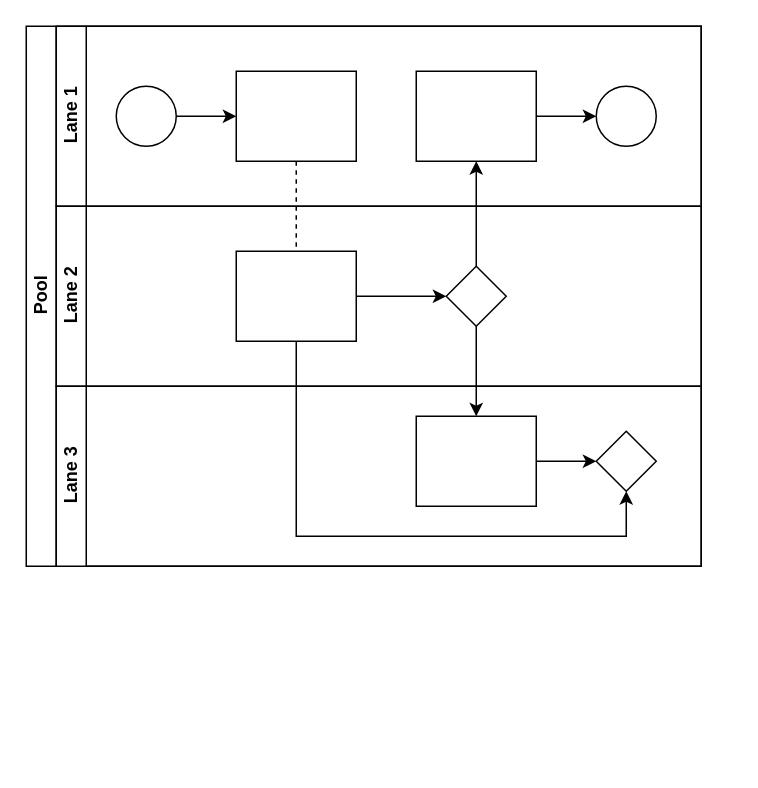
The draw.io diagram 用户注册.drawio in PomeloLemon/SoftwareDiagrams, before the edit. Source tidied: cells renumbered, new cells numbered last; positions are measured from the earlier drawing's top-left corner, leaving out a move shared by most shapes. Both pictures are drawn from the tidied source at 150%, with x=0, y=0 at pixel (26, 26).
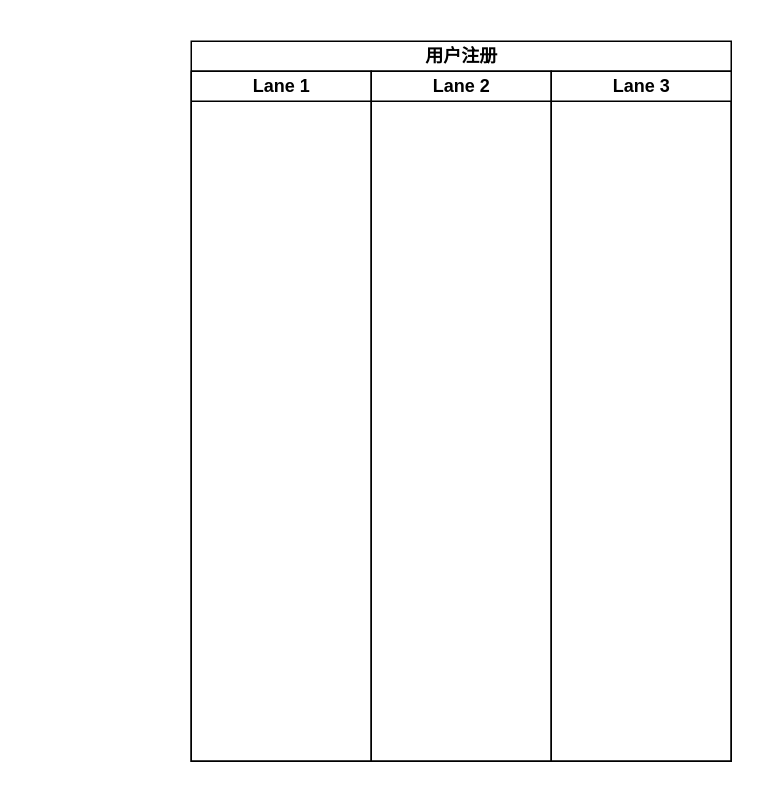
The same diagram, later.

Commit message (it also covers changes not shown here):
更新用户注册.drawio

What changed in the source:
```diff
@@
-    <mxCell id="2" value="Pool" style="swimlane;html=1;horizontal=0;startSize=20;" parent="1" vertex="1">
-      <mxGeometry width="450" height="360" as="geometry" />
-    </mxCell>
-    <mxCell id="3" style="edgeStyle=orthogonalEdgeStyle;rounded=0;jettySize=auto;html=1;dashed=1;endArrow=none;endFill=0;" parent="2" edge="1" source="10" target="16">
-      <mxGeometry relative="1" as="geometry" />
-    </mxCell>
-    <mxCell id="4" style="edgeStyle=orthogonalEdgeStyle;rounded=0;jettySize=auto;html=1;endArrow=classic;endFill=1;" parent="2" edge="1" source="17" target="12">
-      <mxGeometry relative="1" as="geometry" />
-    </mxCell>
-    <mxCell id="5" style="edgeStyle=orthogonalEdgeStyle;rounded=0;jettySize=auto;html=1;endArrow=classic;endFill=1;" parent="2" edge="1" source="17" target="20">
-      <mxGeometry relative="1" as="geometry" />
-    </mxCell>
-    <mxCell id="6" style="edgeStyle=orthogonalEdgeStyle;rounded=0;jettySize=auto;html=1;endArrow=classic;endFill=1;" parent="2" edge="1" source="16" target="21">
-      <mxGeometry relative="1" as="geometry">
-        <Array as="points">
-          <mxPoint x="180" y="340" />
-          <mxPoint x="400" y="340" />
-        </Array>
-      </mxGeometry>
-    </mxCell>
+    <mxCell id="22" value="用户注册" style="swimlane;startSize=20;html=1;" parent="1" vertex="1">
+      <mxGeometry x="110" y="10" width="360" height="480" as="geometry" />
+    </mxCell>
-    <mxCell id="7" value="Lane 1" style="swimlane;html=1;startSize=20;horizontal=0;" parent="2" vertex="1">
-      <mxGeometry x="20" width="430" height="120" as="geometry" />
+    <mxCell id="7" value="Lane 1" style="swimlane;startSize=20;html=1;" parent="22" vertex="1">
+      <mxGeometry y="20" width="120" height="460" as="geometry" />
     </mxCell>
-    <mxCell id="8" style="edgeStyle=orthogonalEdgeStyle;rounded=0;jettySize=auto;html=1;" parent="7" edge="1" source="9" target="10">
-      <mxGeometry relative="1" as="geometry" />
-    </mxCell>
-    <mxCell id="9" style="ellipse;whiteSpace=wrap;html=1;" parent="7" vertex="1">
-      <mxGeometry x="40" y="40" width="40" height="40" as="geometry" />
-    </mxCell>
-    <mxCell id="10" style="rounded=0;whiteSpace=wrap;html=1;fontFamily=Helvetica;fontSize=12;fontColor=#000000;align=center;" parent="7" vertex="1">
-      <mxGeometry x="120" y="30" width="80" height="60" as="geometry" />
-    </mxCell>
-    <mxCell id="11" style="edgeStyle=orthogonalEdgeStyle;rounded=0;jettySize=auto;html=1;endArrow=classic;endFill=1;" parent="7" edge="1" source="12" target="13">
-      <mxGeometry relative="1" as="geometry" />
-    </mxCell>
-    <mxCell id="12" style="rounded=0;whiteSpace=wrap;html=1;fontFamily=Helvetica;fontSize=12;fontColor=#000000;align=center;" parent="7" vertex="1">
-      <mxGeometry x="240" y="30" width="80" height="60" as="geometry" />
-    </mxCell>
-    <mxCell id="13" style="ellipse;whiteSpace=wrap;html=1;" parent="7" vertex="1">
-      <mxGeometry x="360" y="40" width="40" height="40" as="geometry" />
-    </mxCell>
-    <mxCell id="14" value="Lane 2" style="swimlane;html=1;startSize=20;horizontal=0;" parent="2" vertex="1">
-      <mxGeometry x="20" y="120" width="430" height="120" as="geometry" />
+    <mxCell id="14" value="Lane 2" style="swimlane;startSize=20;html=1;" parent="22" vertex="1">
+      <mxGeometry x="120" y="20" width="120" height="460" as="geometry" />
     </mxCell>
-    <mxCell id="15" style="edgeStyle=orthogonalEdgeStyle;rounded=0;jettySize=auto;html=1;endArrow=classic;endFill=1;" parent="14" edge="1" source="16" target="17">
-      <mxGeometry relative="1" as="geometry" />
-    </mxCell>
-    <mxCell id="16" style="rounded=0;whiteSpace=wrap;html=1;fontFamily=Helvetica;fontSize=12;fontColor=#000000;align=center;" parent="14" vertex="1">
-      <mxGeometry x="120" y="30" width="80" height="60" as="geometry" />
-    </mxCell>
-    <mxCell id="17" style="rhombus;whiteSpace=wrap;html=1;fontFamily=Helvetica;fontSize=12;fontColor=#000000;align=center;" parent="14" vertex="1">
-      <mxGeometry x="260" y="40" width="40" height="40" as="geometry" />
-    </mxCell>
-    <mxCell id="18" value="Lane 3" style="swimlane;html=1;startSize=20;horizontal=0;" parent="2" vertex="1">
-      <mxGeometry x="20" y="240" width="430" height="120" as="geometry" />
+    <mxCell id="18" value="Lane 3" style="swimlane;startSize=20;html=1;" parent="22" vertex="1">
+      <mxGeometry x="240" y="20" width="120" height="460" as="geometry" />
     </mxCell>
-    <mxCell id="19" style="edgeStyle=orthogonalEdgeStyle;rounded=0;jettySize=auto;html=1;endArrow=classic;endFill=1;" parent="18" edge="1" source="20" target="21">
-      <mxGeometry relative="1" as="geometry" />
-    </mxCell>
-    <mxCell id="20" style="rounded=0;whiteSpace=wrap;html=1;fontFamily=Helvetica;fontSize=12;fontColor=#000000;align=center;" parent="18" vertex="1">
-      <mxGeometry x="240" y="20" width="80" height="60" as="geometry" />
-    </mxCell>
-    <mxCell id="21" style="rhombus;whiteSpace=wrap;html=1;fontFamily=Helvetica;fontSize=12;fontColor=#000000;align=center;" parent="18" vertex="1">
-      <mxGeometry x="360" y="30" width="40" height="40" as="geometry" />
-    </mxCell>
```
